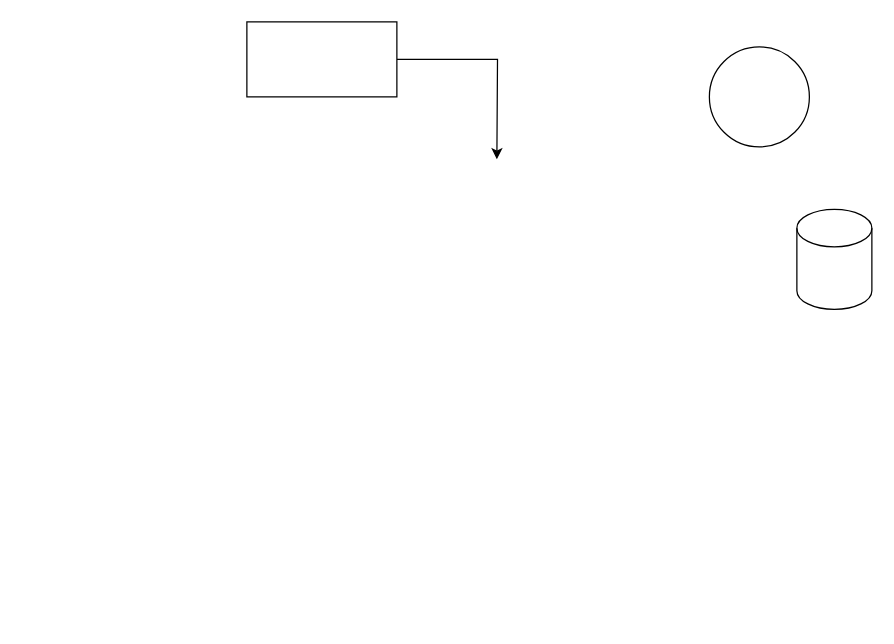
This is Ανώνυμο διάγραμμα.drawio from nikosanag/DB_Project, a draw.io file, before an edit. Source tidied: cells renumbered, new cells numbered last; positions are measured from the earlier drawing's top-left corner, leaving out a move shared by most shapes. Both pictures are drawn from the tidied source at 125%, with x=0, y=0 at pixel (246, 21).
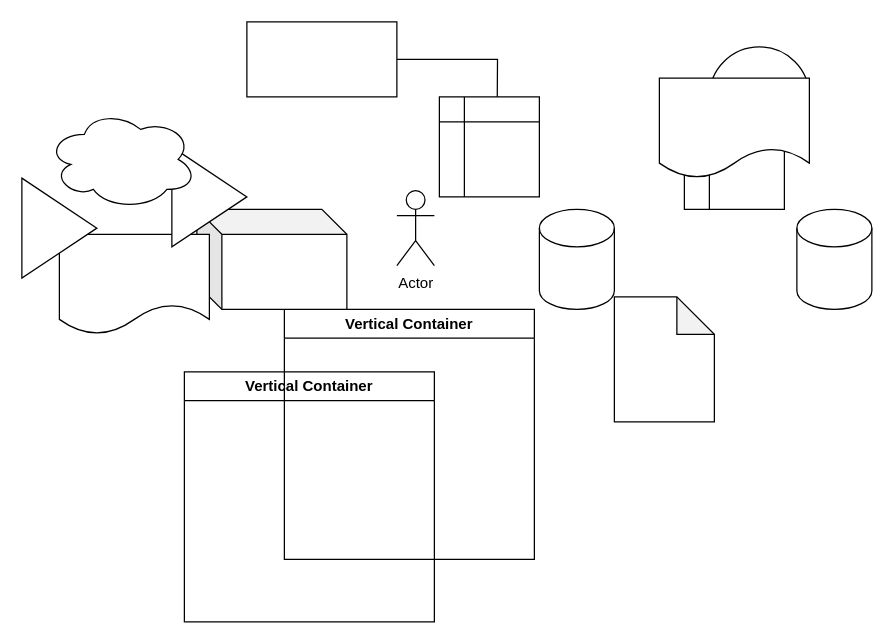
After the change.

Change to the diagram source:
```diff
@@
 <mxGraphModel>
   <root>
     <mxCell id="0" />
     <mxCell id="1" parent="0" />
     <mxCell id="2" style="edgeStyle=orthogonalEdgeStyle;rounded=0;jettySize=auto;html=1;" parent="1" edge="1" source="3">
       <mxGeometry relative="1" as="geometry">
         <mxPoint x="200" y="110" as="targetPoint" />
       </mxGeometry>
     </mxCell>
     <mxCell id="3" style="rounded=0;whiteSpace=wrap;html=1;" parent="1" vertex="1">
       <mxGeometry width="120" height="60" as="geometry" />
     </mxCell>
     <mxCell id="4" style="ellipse;whiteSpace=wrap;html=1;" parent="1" vertex="1">
       <mxGeometry x="370" y="20" width="80" height="80" as="geometry" />
     </mxCell>
     <mxCell id="5" style="shape=cylinder3;whiteSpace=wrap;html=1;boundedLbl=1;backgroundOutline=1;size=15;" parent="1" vertex="1">
       <mxGeometry x="440" y="150" width="60" height="80" as="geometry" />
     </mxCell>
+    <mxCell id="6" value="Vertical Container" style="swimlane;whiteSpace=wrap;html=1;" parent="1" vertex="1">
+      <mxGeometry x="-50" y="280" width="200" height="200" as="geometry" />
+    </mxCell>
+    <mxCell id="7" value="Vertical Container" style="swimlane;whiteSpace=wrap;html=1;" parent="1" vertex="1">
+      <mxGeometry x="30" y="230" width="200" height="200" as="geometry" />
+    </mxCell>
+    <mxCell id="8" style="shape=note;whiteSpace=wrap;html=1;backgroundOutline=1;darkOpacity=0.05;" parent="1" vertex="1">
+      <mxGeometry x="294" y="220" width="80" height="100" as="geometry" />
+    </mxCell>
+    <mxCell id="9" value="Actor" style="shape=umlActor;verticalLabelPosition=bottom;verticalAlign=top;html=1;" parent="1" vertex="1">
+      <mxGeometry x="120" y="135" width="30" height="60" as="geometry" />
+    </mxCell>
+    <mxCell id="10" style="shape=cube;whiteSpace=wrap;html=1;boundedLbl=1;backgroundOutline=1;darkOpacity=0.05;darkOpacity2=0.1;" parent="1" vertex="1">
+      <mxGeometry x="-40" y="150" width="120" height="80" as="geometry" />
+    </mxCell>
+    <mxCell id="11" style="shape=document;whiteSpace=wrap;html=1;boundedLbl=1;" parent="1" vertex="1">
+      <mxGeometry x="-150" y="170" width="120" height="80" as="geometry" />
+    </mxCell>
+    <mxCell id="12" style="shape=cylinder3;whiteSpace=wrap;html=1;boundedLbl=1;backgroundOutline=1;size=15;" parent="1" vertex="1">
+      <mxGeometry x="234" y="150" width="60" height="80" as="geometry" />
+    </mxCell>
+    <mxCell id="13" style="shape=internalStorage;whiteSpace=wrap;html=1;backgroundOutline=1;" parent="1" vertex="1">
+      <mxGeometry x="350" y="70" width="80" height="80" as="geometry" />
+    </mxCell>
+    <mxCell id="14" style="triangle;whiteSpace=wrap;html=1;" parent="1" vertex="1">
+      <mxGeometry x="-180" y="125" width="60" height="80" as="geometry" />
+    </mxCell>
+    <mxCell id="15" style="shape=document;whiteSpace=wrap;html=1;boundedLbl=1;" parent="1" vertex="1">
+      <mxGeometry x="330" y="45" width="120" height="80" as="geometry" />
+    </mxCell>
+    <mxCell id="16" style="triangle;whiteSpace=wrap;html=1;" parent="1" vertex="1">
+      <mxGeometry x="-60" y="100" width="60" height="80" as="geometry" />
+    </mxCell>
+    <mxCell id="17" style="shape=internalStorage;whiteSpace=wrap;html=1;backgroundOutline=1;" parent="1" vertex="1">
+      <mxGeometry x="154" y="60" width="80" height="80" as="geometry" />
+    </mxCell>
+    <mxCell id="18" style="ellipse;shape=cloud;whiteSpace=wrap;html=1;" parent="1" vertex="1">
+      <mxGeometry x="-160" y="70" width="120" height="80" as="geometry" />
+    </mxCell>
   </root>
 </mxGraphModel>
```
